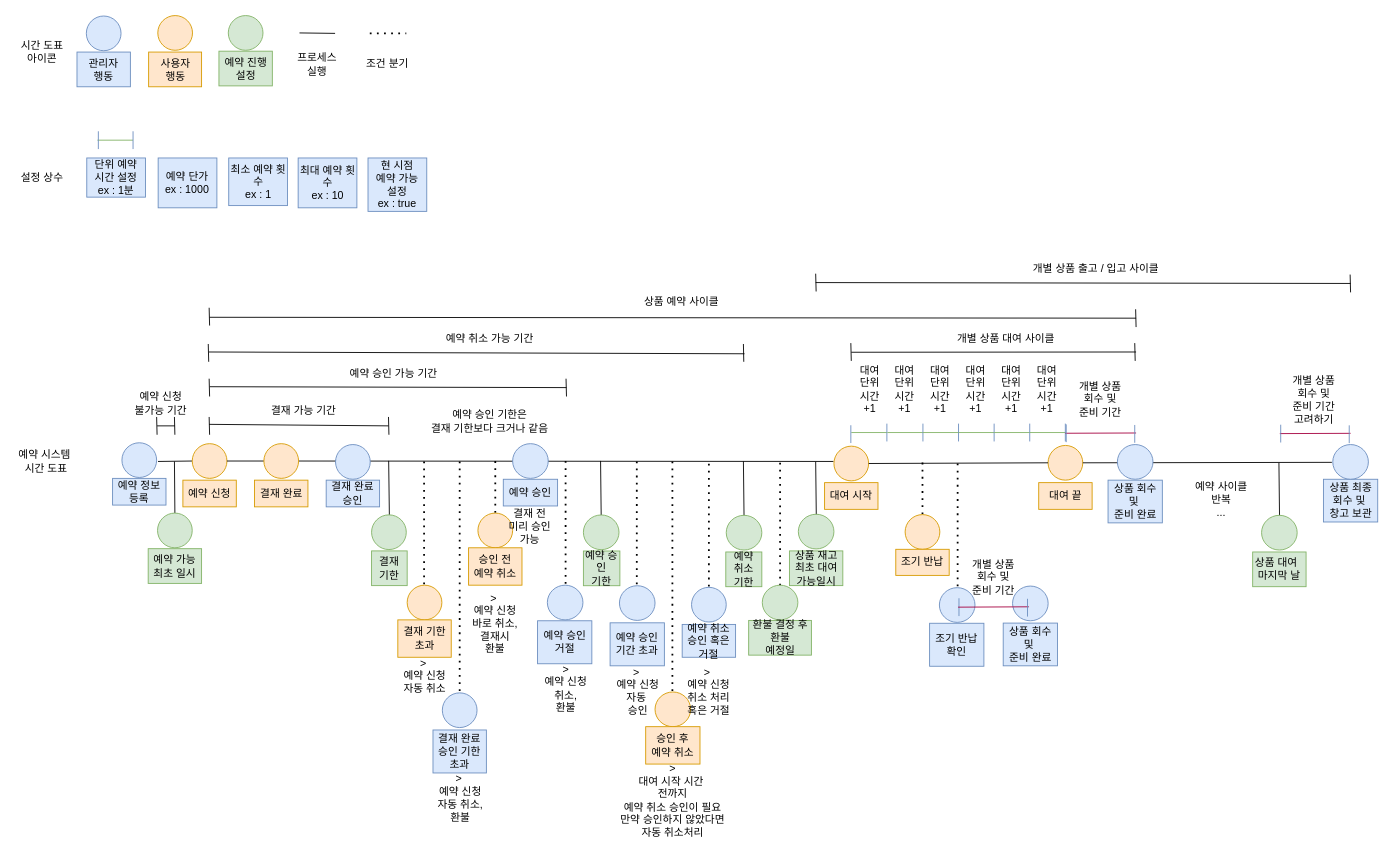
Earlier version of the draw.io diagram module-service-rental-reservation/external_files/Reservation.drawio (RaillyLinker/Kotlin_SpringbootMvc_Template). Source tidied: cells renumbered, new cells numbered last; positions are measured from the earlier drawing's top-left corner, leaving out a move shared by most shapes. Both pictures are drawn from the tidied source at 89%, with x=0, y=0 at pixel (15, 15).
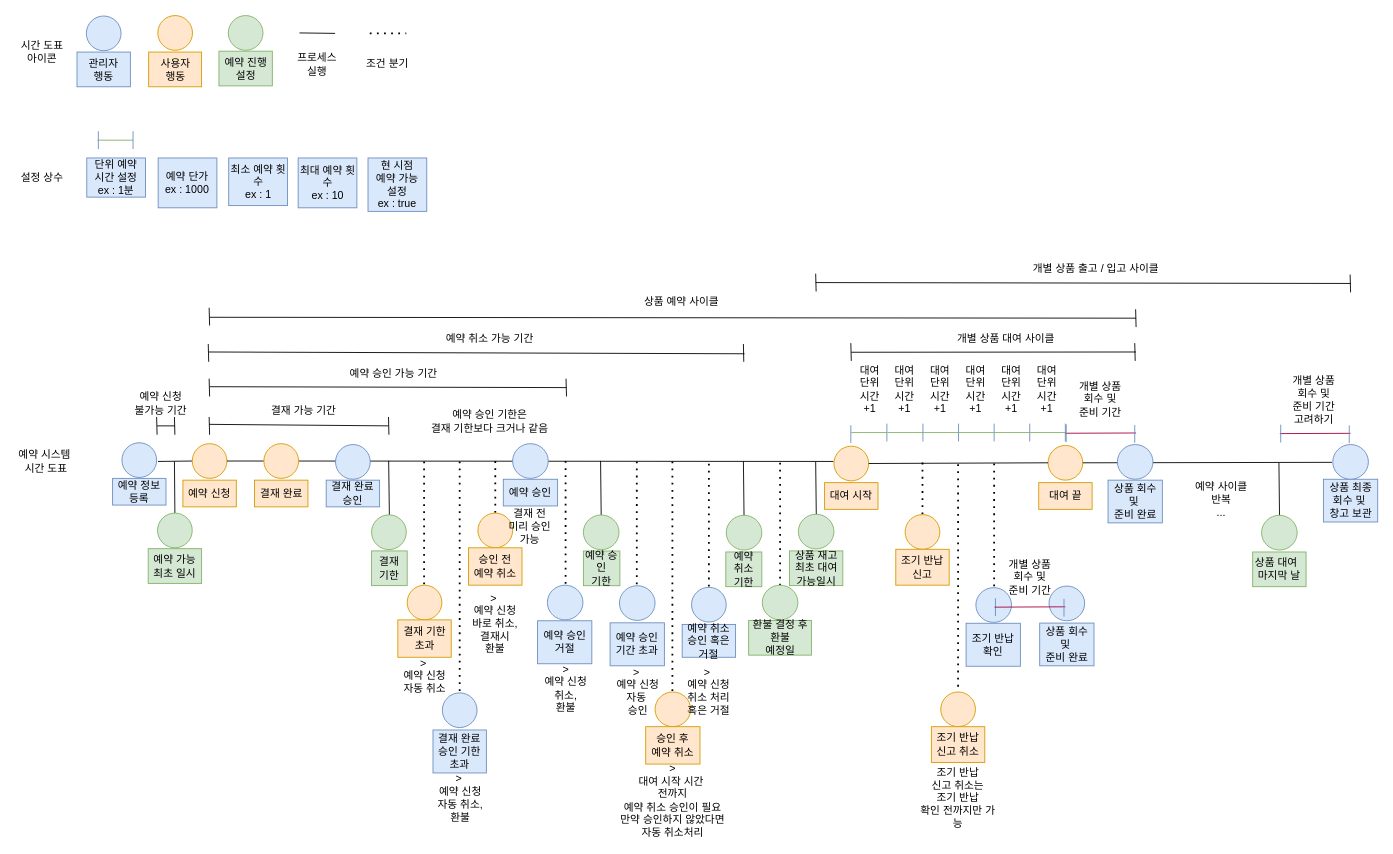
After the change.

Diff of the diagram source:
```diff
@@
-    <mxCell id="143" value="조기 반납" style="text;html=1;align=center;verticalAlign=middle;whiteSpace=wrap;rounded=0;fillColor=#ffe6cc;strokeColor=#d79b00;" parent="1" vertex="1">
-      <mxGeometry x="989" y="599.7" width="60" height="29.3" as="geometry" />
+    <mxCell id="143" value="조기 반납&lt;div&gt;신고&lt;/div&gt;" style="text;html=1;align=center;verticalAlign=middle;whiteSpace=wrap;rounded=0;fillColor=#ffe6cc;strokeColor=#d79b00;" parent="1" vertex="1">
+      <mxGeometry x="989" y="599.7" width="60" height="40.3" as="geometry" />
     </mxCell>
     <mxCell id="144" style="endArrow=none;dashed=1;html=1;dashPattern=1 3;strokeWidth=2;rounded=0;" parent="1" edge="1">
       <mxGeometry relative="1" as="geometry">
-        <mxPoint x="1058.5" y="503.3" as="sourcePoint" />
-        <mxPoint x="1058.5" y="643.3" as="targetPoint" />
+        <mxPoint x="1099.5" y="503.3" as="sourcePoint" />
+        <mxPoint x="1099.5" y="643.3" as="targetPoint" />
       </mxGeometry>
     </mxCell>
     <mxCell id="145" style="ellipse;whiteSpace=wrap;html=1;fillColor=#dae8fc;strokeColor=#6c8ebf;" parent="1" vertex="1">
-      <mxGeometry x="1038" y="642.8" width="40" height="39" as="geometry" />
+      <mxGeometry x="1079" y="642.8" width="40" height="39" as="geometry" />
     </mxCell>
     <mxCell id="146" value="조기 반납&lt;div&gt;확인&lt;/div&gt;" style="text;html=1;align=center;verticalAlign=middle;whiteSpace=wrap;rounded=0;fillColor=#dae8fc;strokeColor=#6c8ebf;" parent="1" vertex="1">
-      <mxGeometry x="1027" y="682.8" width="61" height="48.3" as="geometry" />
+      <mxGeometry x="1068" y="682.8" width="61" height="48.3" as="geometry" />
     </mxCell>
     <mxCell id="147" style="endArrow=none;html=1;rounded=0;fillColor=#dae8fc;strokeColor=#6c8ebf;" parent="1" edge="1">
       <mxGeometry relative="1" as="geometry">
-        <mxPoint x="1060" y="674.7" as="sourcePoint" />
-        <mxPoint x="1060" y="654.7" as="targetPoint" />
+        <mxPoint x="1101" y="674.7" as="sourcePoint" />
+        <mxPoint x="1101" y="654.7" as="targetPoint" />
       </mxGeometry>
     </mxCell>
     <mxCell id="148" value="&lt;div&gt;개별&amp;nbsp;&lt;span style=&quot;background-color: initial;&quot;&gt;상품&lt;/span&gt;&lt;/div&gt;&lt;div&gt;회수&amp;nbsp;&lt;span style=&quot;background-color: initial;&quot;&gt;및&lt;/span&gt;&lt;/div&gt;&lt;div&gt;준비&amp;nbsp;&lt;span style=&quot;background-color: initial;&quot;&gt;기간&lt;/span&gt;&lt;/div&gt;" style="text;html=1;align=center;verticalAlign=middle;whiteSpace=wrap;rounded=0;" parent="1" vertex="1">
-      <mxGeometry x="1068.5" y="601.5" width="60" height="58" as="geometry" />
+      <mxGeometry x="1109.5" y="601.5" width="60" height="58" as="geometry" />
     </mxCell>
     <mxCell id="149" value="상품 회수 및&amp;nbsp;&lt;div&gt;준비 완료&lt;/div&gt;" style="text;html=1;align=center;verticalAlign=middle;whiteSpace=wrap;rounded=0;fillColor=#dae8fc;strokeColor=#6c8ebf;" parent="1" vertex="1">
-      <mxGeometry x="1109.7" y="682.6" width="61" height="48" as="geometry" />
+      <mxGeometry x="1150.7" y="682.6" width="61" height="48" as="geometry" />
     </mxCell>
     <mxCell id="150" style="ellipse;whiteSpace=wrap;html=1;fillColor=#dae8fc;strokeColor=#6c8ebf;" parent="1" vertex="1">
-      <mxGeometry x="1120.2" y="641" width="40" height="39" as="geometry" />
+      <mxGeometry x="1161.2" y="641" width="40" height="39" as="geometry" />
     </mxCell>
     <mxCell id="151" style="endArrow=none;html=1;rounded=0;fillColor=#d80073;strokeColor=#A50040;" parent="1" edge="1">
       <mxGeometry relative="1" as="geometry">
-        <mxPoint x="1059" y="664.7" as="sourcePoint" />
-        <mxPoint x="1138.5" y="664.3" as="targetPoint" />
+        <mxPoint x="1100" y="664.7" as="sourcePoint" />
+        <mxPoint x="1179.5" y="664.3" as="targetPoint" />
       </mxGeometry>
     </mxCell>
     <mxCell id="152" style="endArrow=none;html=1;rounded=0;fillColor=#dae8fc;strokeColor=#6c8ebf;" parent="1" edge="1">
       <mxGeometry relative="1" as="geometry">
-        <mxPoint x="1137" y="675.3" as="sourcePoint" />
-        <mxPoint x="1137" y="655.3" as="targetPoint" />
+        <mxPoint x="1178" y="675.3" as="sourcePoint" />
+        <mxPoint x="1178" y="655.3" as="targetPoint" />
       </mxGeometry>
     </mxCell>
@@
+    <mxCell id="165" style="endArrow=none;dashed=1;html=1;dashPattern=1 3;strokeWidth=2;rounded=0;" parent="1" edge="1">
+      <mxGeometry relative="1" as="geometry">
+        <mxPoint x="1059" y="504" as="sourcePoint" />
+        <mxPoint x="1059" y="760" as="targetPoint" />
+      </mxGeometry>
+    </mxCell>
+    <mxCell id="166" style="ellipse;whiteSpace=wrap;html=1;fillColor=#ffe6cc;strokeColor=#d79b00;" parent="1" vertex="1">
+      <mxGeometry x="1039.5" y="760" width="39" height="39" as="geometry" />
+    </mxCell>
+    <mxCell id="167" value="조기 반납&lt;div&gt;신고 취소&lt;/div&gt;" style="text;html=1;align=center;verticalAlign=middle;whiteSpace=wrap;rounded=0;fillColor=#ffe6cc;strokeColor=#d79b00;" parent="1" vertex="1">
+      <mxGeometry x="1029" y="799" width="60" height="40.3" as="geometry" />
+    </mxCell>
+    <mxCell id="168" value="조기 반납&lt;div&gt;신고 취소는&lt;/div&gt;&lt;div&gt;조기 반납&lt;/div&gt;&lt;div&gt;확인 전까지만 가능&lt;/div&gt;" style="text;html=1;align=center;verticalAlign=middle;whiteSpace=wrap;rounded=0;" parent="1" vertex="1">
+      <mxGeometry x="1014" y="839.3" width="90" height="79.6" as="geometry" />
+    </mxCell>
```
